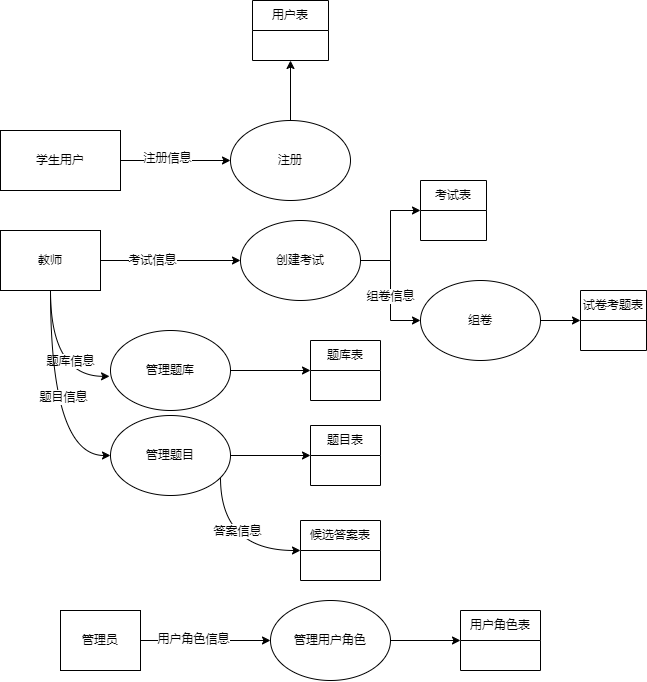
This is 数据流程图-系统顶层图.png from JackeyTower/pic-work, a draw.io export, as it was before one commit. Source tidied: cells renumbered, new cells last; positions are measured from the earlier drawing's top-left corner, leaving out a move shared by most shapes. The source it was exported from:
```xml
<mxGraphModel>
  <root>
    <mxCell id="0" />
    <mxCell id="1" parent="0" />
    <mxCell id="2" style="edgeStyle=orthogonalEdgeStyle;rounded=0;jettySize=auto;html=1;exitX=1;exitY=0.5;exitDx=0;exitDy=0;entryX=0;entryY=0.5;entryDx=0;entryDy=0;" parent="1" edge="1" source="4" target="6">
      <mxGeometry relative="1" as="geometry" />
    </mxCell>
    <mxCell id="3" value="注册信息" style="edgeLabel;html=1;align=center;verticalAlign=middle;" parent="2" vertex="1">
      <mxGeometry x="-0.14" y="2" relative="1" as="geometry" />
    </mxCell>
    <mxCell id="4" value="学生用户" style="rounded=0;whiteSpace=wrap;html=1;" parent="1" vertex="1">
      <mxGeometry y="130" width="120" height="60" as="geometry" />
    </mxCell>
    <mxCell id="5" style="edgeStyle=orthogonalEdgeStyle;rounded=0;jettySize=auto;html=1;exitX=0.5;exitY=0;exitDx=0;exitDy=0;entryX=0.5;entryY=1;entryDx=0;entryDy=0;" parent="1" edge="1" source="6" target="7">
      <mxGeometry relative="1" as="geometry" />
    </mxCell>
    <mxCell id="6" value="注册" style="ellipse;whiteSpace=wrap;html=1;" parent="1" vertex="1">
      <mxGeometry x="230" y="120" width="120" height="80" as="geometry" />
    </mxCell>
    <mxCell id="7" value="用户表" style="swimlane;fontStyle=0;horizontal=1;startSize=30;whiteSpace=wrap;html=1;" parent="1" vertex="1">
      <mxGeometry x="252" width="76" height="60" as="geometry" />
    </mxCell>
    <mxCell id="8" style="edgeStyle=orthogonalEdgeStyle;rounded=0;jettySize=auto;html=1;exitX=1;exitY=0.5;exitDx=0;exitDy=0;entryX=0;entryY=0.5;entryDx=0;entryDy=0;" parent="1" edge="1" source="11" target="21">
      <mxGeometry relative="1" as="geometry" />
    </mxCell>
    <mxCell id="9" style="edgeStyle=orthogonalEdgeStyle;rounded=0;jettySize=auto;html=1;entryX=0;entryY=0.5;entryDx=0;entryDy=0;" parent="1" edge="1" source="11" target="30">
      <mxGeometry relative="1" as="geometry" />
    </mxCell>
    <mxCell id="10" value="组卷信息" style="edgeLabel;html=1;align=center;verticalAlign=middle;" parent="9" vertex="1">
      <mxGeometry x="0.1" relative="1" as="geometry" />
    </mxCell>
    <mxCell id="11" value="创建考试" style="ellipse;whiteSpace=wrap;html=1;" parent="1" vertex="1">
      <mxGeometry x="240" y="220" width="120" height="80" as="geometry" />
    </mxCell>
    <mxCell id="12" style="edgeStyle=orthogonalEdgeStyle;rounded=0;jettySize=auto;html=1;" parent="1" edge="1" source="18" target="11">
      <mxGeometry relative="1" as="geometry" />
    </mxCell>
    <mxCell id="13" value="考试信息" style="edgeLabel;html=1;align=center;verticalAlign=middle;" parent="12" vertex="1">
      <mxGeometry x="-0.26" relative="1" as="geometry" />
    </mxCell>
    <mxCell id="14" style="edgeStyle=orthogonalEdgeStyle;rounded=0;jettySize=auto;html=1;exitX=0.5;exitY=1;exitDx=0;exitDy=0;entryX=-0.008;entryY=0.573;entryDx=0;entryDy=0;entryPerimeter=0;curved=1;" parent="1" edge="1" source="18" target="20">
      <mxGeometry relative="1" as="geometry" />
    </mxCell>
    <mxCell id="15" value="题库信息" style="edgeLabel;html=1;align=center;verticalAlign=middle;" parent="14" vertex="1">
      <mxGeometry x="-0.29" y="-1" relative="1" as="geometry">
        <mxPoint x="21" y="19" as="offset" />
      </mxGeometry>
    </mxCell>
    <mxCell id="16" style="edgeStyle=orthogonalEdgeStyle;rounded=0;jettySize=auto;html=1;exitX=0.5;exitY=1;exitDx=0;exitDy=0;entryX=0;entryY=0.5;entryDx=0;entryDy=0;curved=1;" parent="1" edge="1" source="18" target="26">
      <mxGeometry relative="1" as="geometry" />
    </mxCell>
    <mxCell id="17" value="题目信息" style="edgeLabel;html=1;align=center;verticalAlign=middle;" parent="16" vertex="1">
      <mxGeometry x="-0.05" y="13" relative="1" as="geometry" />
    </mxCell>
    <mxCell id="18" value="教师" style="rounded=0;whiteSpace=wrap;html=1;" parent="1" vertex="1">
      <mxGeometry y="230" width="100" height="60" as="geometry" />
    </mxCell>
    <mxCell id="19" style="edgeStyle=orthogonalEdgeStyle;rounded=0;jettySize=auto;html=1;exitX=1;exitY=0.5;exitDx=0;exitDy=0;entryX=0;entryY=0.5;entryDx=0;entryDy=0;" parent="1" edge="1" source="20" target="22">
      <mxGeometry relative="1" as="geometry" />
    </mxCell>
    <mxCell id="20" value="管理题库" style="ellipse;whiteSpace=wrap;html=1;" parent="1" vertex="1">
      <mxGeometry x="110" y="330" width="120" height="80" as="geometry" />
    </mxCell>
    <mxCell id="21" value="考试表" style="swimlane;fontStyle=0;horizontal=1;startSize=30;whiteSpace=wrap;html=1;" parent="1" vertex="1">
      <mxGeometry x="420" y="180" width="66" height="60" as="geometry" />
    </mxCell>
    <mxCell id="22" value="题库表" style="swimlane;fontStyle=0;horizontal=1;startSize=30;whiteSpace=wrap;html=1;" parent="1" vertex="1">
      <mxGeometry x="310" y="340" width="70" height="60" as="geometry" />
    </mxCell>
    <mxCell id="23" style="edgeStyle=orthogonalEdgeStyle;rounded=0;jettySize=auto;html=1;entryX=0;entryY=0.5;entryDx=0;entryDy=0;" parent="1" edge="1" source="26" target="27">
      <mxGeometry relative="1" as="geometry" />
    </mxCell>
    <mxCell id="24" style="edgeStyle=orthogonalEdgeStyle;rounded=0;jettySize=auto;html=1;entryX=0;entryY=0.5;entryDx=0;entryDy=0;curved=1;" parent="1" edge="1" source="26" target="28">
      <mxGeometry relative="1" as="geometry">
        <Array as="points">
          <mxPoint x="220" y="550" />
        </Array>
      </mxGeometry>
    </mxCell>
    <mxCell id="25" value="答案信息" style="edgeLabel;html=1;align=center;verticalAlign=middle;" parent="24" vertex="1">
      <mxGeometry x="-0.3" y="17" relative="1" as="geometry" />
    </mxCell>
    <mxCell id="26" value="管理题目" style="ellipse;whiteSpace=wrap;html=1;" parent="1" vertex="1">
      <mxGeometry x="110" y="415" width="120" height="80" as="geometry" />
    </mxCell>
    <mxCell id="27" value="题目表" style="swimlane;fontStyle=0;horizontal=1;startSize=30;whiteSpace=wrap;html=1;" parent="1" vertex="1">
      <mxGeometry x="310" y="425" width="70" height="60" as="geometry" />
    </mxCell>
    <mxCell id="28" value="候选答案表" style="swimlane;fontStyle=0;horizontal=1;startSize=30;whiteSpace=wrap;html=1;" parent="1" vertex="1">
      <mxGeometry x="300" y="520" width="80" height="60" as="geometry" />
    </mxCell>
    <mxCell id="29" style="edgeStyle=orthogonalEdgeStyle;rounded=0;jettySize=auto;html=1;exitX=1;exitY=0.5;exitDx=0;exitDy=0;entryX=0;entryY=0.5;entryDx=0;entryDy=0;" parent="1" edge="1" source="30" target="31">
      <mxGeometry relative="1" as="geometry" />
    </mxCell>
    <mxCell id="30" value="组卷" style="ellipse;whiteSpace=wrap;html=1;" parent="1" vertex="1">
      <mxGeometry x="420" y="280" width="120" height="80" as="geometry" />
    </mxCell>
    <mxCell id="31" value="试卷考题表" style="swimlane;fontStyle=0;horizontal=1;startSize=30;whiteSpace=wrap;html=1;" parent="1" vertex="1">
      <mxGeometry x="580" y="290" width="66" height="60" as="geometry" />
    </mxCell>
    <mxCell id="32" style="edgeStyle=orthogonalEdgeStyle;rounded=0;jettySize=auto;html=1;exitX=1;exitY=0.5;exitDx=0;exitDy=0;entryX=0;entryY=0.5;entryDx=0;entryDy=0;" parent="1" edge="1" source="33" target="37">
      <mxGeometry relative="1" as="geometry" />
    </mxCell>
    <mxCell id="33" value="管理用户角色" style="ellipse;whiteSpace=wrap;html=1;" parent="1" vertex="1">
      <mxGeometry x="270" y="600" width="120" height="80" as="geometry" />
    </mxCell>
    <mxCell id="34" style="edgeStyle=orthogonalEdgeStyle;rounded=0;jettySize=auto;html=1;exitX=1;exitY=0.5;exitDx=0;exitDy=0;" parent="1" edge="1" source="36" target="33">
      <mxGeometry relative="1" as="geometry" />
    </mxCell>
    <mxCell id="35" value="用户角色信息" style="edgeLabel;html=1;align=center;verticalAlign=middle;" parent="34" vertex="1">
      <mxGeometry x="-0.18" y="1" relative="1" as="geometry" />
    </mxCell>
    <mxCell id="36" value="管理员" style="rounded=0;whiteSpace=wrap;html=1;" parent="1" vertex="1">
      <mxGeometry x="60" y="610" width="80" height="60" as="geometry" />
    </mxCell>
    <mxCell id="37" value="用户角色表" style="swimlane;fontStyle=0;horizontal=1;startSize=30;whiteSpace=wrap;html=1;" parent="1" vertex="1">
      <mxGeometry x="460" y="610" width="80" height="60" as="geometry" />
    </mxCell>
  </root>
</mxGraphModel>
```
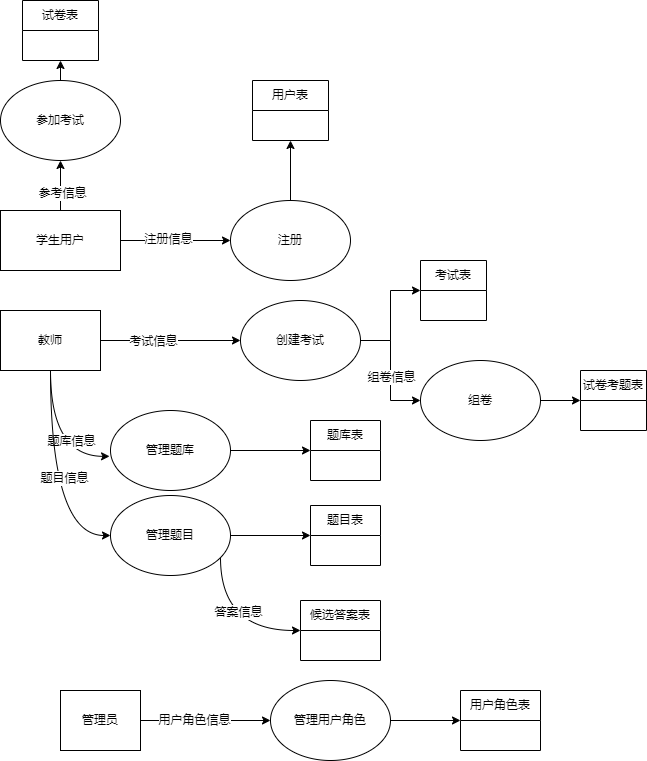
Later version of the same file.

Commit message:
已添加 数据流程图-系统顶层图.png

What changed in the source:
```diff
@@ -8,6 +8,12 @@
     <mxCell id="3" value="注册信息" style="edgeLabel;html=1;align=center;verticalAlign=middle;" parent="2" vertex="1">
       <mxGeometry x="-0.14" y="2" relative="1" as="geometry" />
     </mxCell>
+    <mxCell id="38" style="edgeStyle=orthogonalEdgeStyle;rounded=0;jettySize=auto;html=1;entryX=0.5;entryY=1;entryDx=0;entryDy=0;" parent="1" edge="1" source="4" target="41">
+      <mxGeometry relative="1" as="geometry" />
+    </mxCell>
+    <mxCell id="39" value="参考信息" style="edgeLabel;html=1;align=center;verticalAlign=middle;" parent="38" vertex="1">
+      <mxGeometry x="-0.28" y="-1" relative="1" as="geometry" />
+    </mxCell>
     <mxCell id="4" value="学生用户" style="rounded=0;whiteSpace=wrap;html=1;" parent="1" vertex="1">
       <mxGeometry y="130" width="120" height="60" as="geometry" />
     </mxCell>
@@ -116,5 +122,14 @@
     <mxCell id="37" value="用户角色表" style="swimlane;fontStyle=0;horizontal=1;startSize=30;whiteSpace=wrap;html=1;" parent="1" vertex="1">
       <mxGeometry x="460" y="610" width="80" height="60" as="geometry" />
     </mxCell>
+    <mxCell id="40" style="edgeStyle=orthogonalEdgeStyle;rounded=0;jettySize=auto;html=1;exitX=0.5;exitY=0;exitDx=0;exitDy=0;entryX=0.5;entryY=1;entryDx=0;entryDy=0;" parent="1" edge="1" source="41" target="42">
+      <mxGeometry relative="1" as="geometry" />
+    </mxCell>
+    <mxCell id="41" value="参加考试" style="ellipse;whiteSpace=wrap;html=1;" parent="1" vertex="1">
+      <mxGeometry width="120" height="80" as="geometry" />
+    </mxCell>
+    <mxCell id="42" value="试卷表" style="swimlane;fontStyle=0;horizontal=1;startSize=30;whiteSpace=wrap;html=1;" parent="1" vertex="1">
+      <mxGeometry x="22" y="-80" width="76" height="60" as="geometry" />
+    </mxCell>
   </root>
 </mxGraphModel>
```
